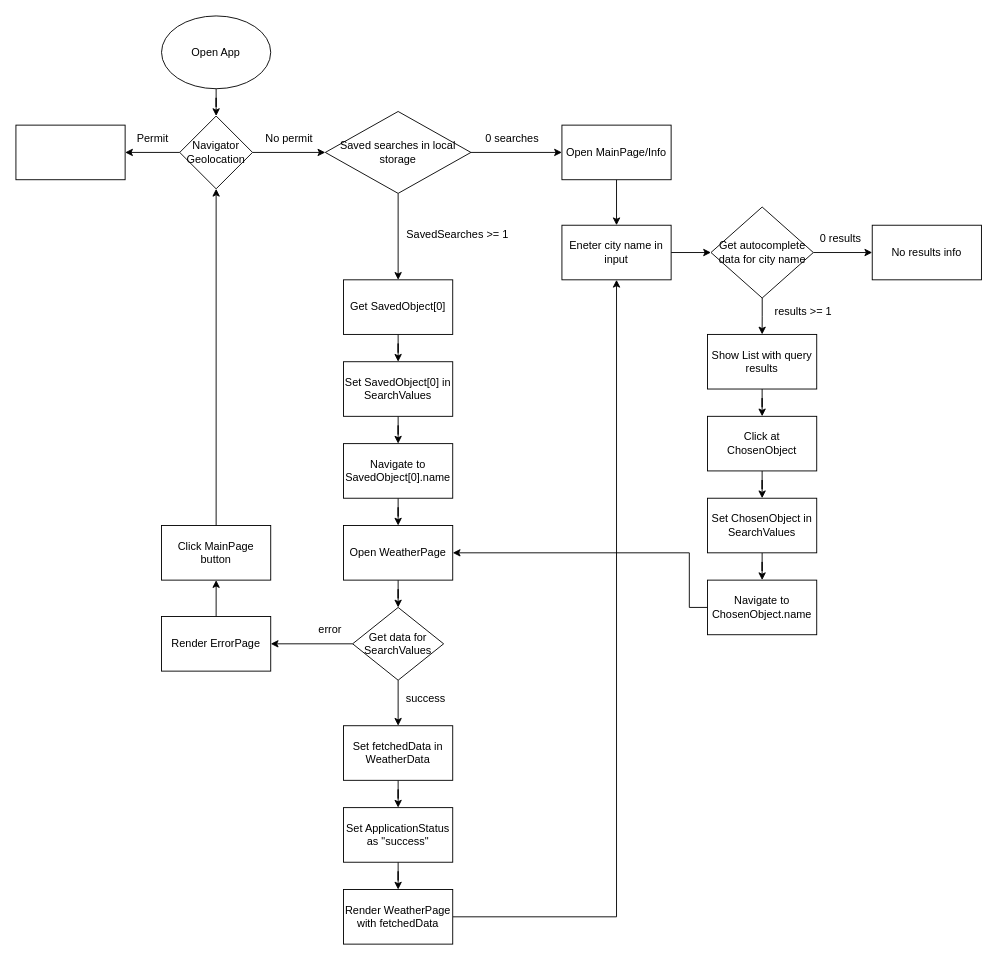
kraviecdev/whats-the-weather keeps this draw.io diagram as app_flow.drawio. Above is the earlier version. Source tidied: cells renumbered, new cells numbered last; positions are measured from the earlier drawing's top-left corner, leaving out a move shared by most shapes. Both pictures are drawn from the tidied source at 91%, with x=0, y=0 at pixel (15, 15).
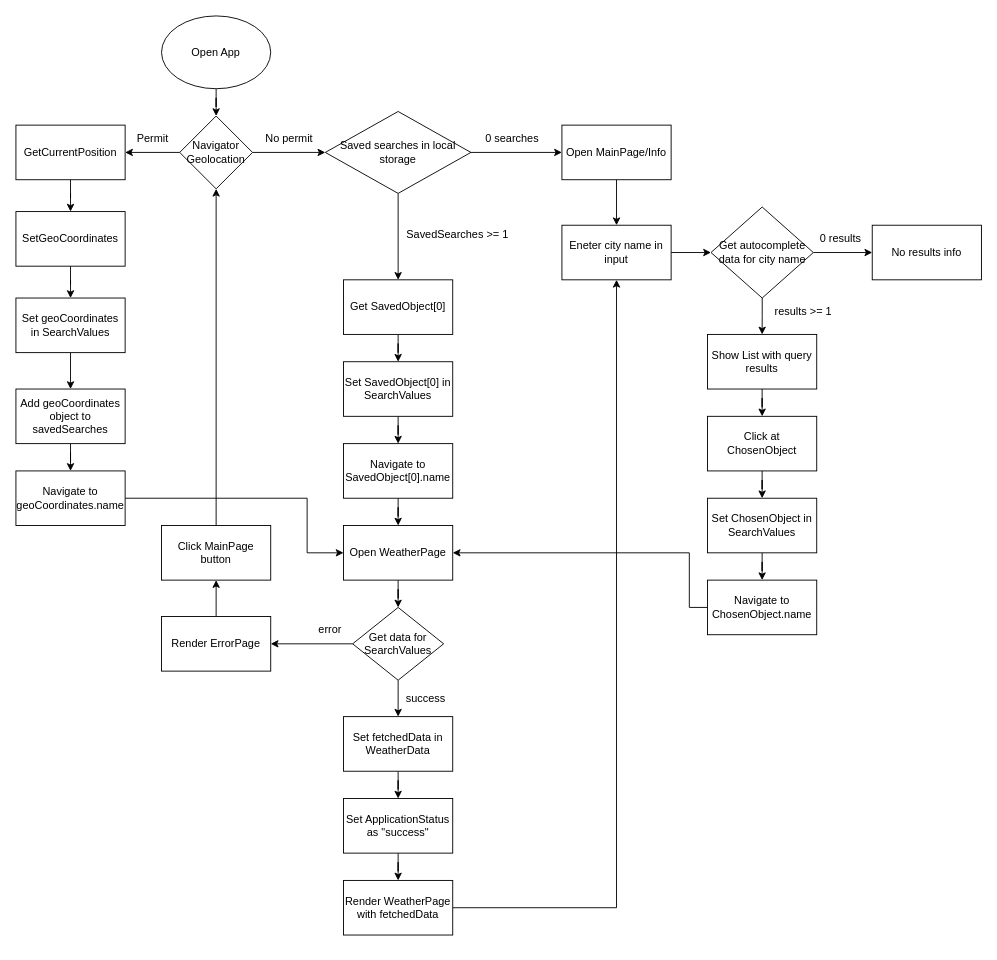
After the change.

Commit message:
Navigator permit app_flow.drawio

Unchanged cells that the change refers to:
```xml
<mxCell id="24" value="Open WeatherPage" style="whiteSpace=wrap;html=1;" parent="1" vertex="1">
  <mxGeometry x="360" y="560" width="120" height="60" as="geometry" />
</mxCell>
```

Diff of the diagram source:
```diff
@@
+    <mxCell id="56" style="edgeStyle=orthogonalEdgeStyle;rounded=0;jettySize=auto;html=1;" parent="1" edge="1" source="9" target="58">
+      <mxGeometry relative="1" as="geometry" />
+    </mxCell>
-    <mxCell id="9" style="whiteSpace=wrap;html=1;" parent="1" vertex="1">
+    <mxCell id="9" value="GetCurrentPosition" style="whiteSpace=wrap;html=1;" parent="1" vertex="1">
       <mxGeometry y="120" width="120" height="60" as="geometry" />
     </mxCell>
@@
     <mxCell id="29" value="Set fetchedData in WeatherData" style="whiteSpace=wrap;html=1;" parent="1" vertex="1">
-      <mxGeometry x="360" y="780" width="120" height="60" as="geometry" />
+      <mxGeometry x="360" y="770" width="120" height="60" as="geometry" />
     </mxCell>
@@
     <mxCell id="32" value="Set ApplicationStatus as &quot;success&quot;" style="whiteSpace=wrap;html=1;" parent="1" vertex="1">
-      <mxGeometry x="360" y="870" width="120" height="60" as="geometry" />
+      <mxGeometry x="360" y="860" width="120" height="60" as="geometry" />
     </mxCell>
@@
     <mxCell id="34" value="Render WeatherPage with fetchedData" style="whiteSpace=wrap;html=1;" parent="1" vertex="1">
-      <mxGeometry x="360" y="960" width="120" height="60" as="geometry" />
+      <mxGeometry x="360" y="950" width="120" height="60" as="geometry" />
     </mxCell>
@@
+    <mxCell id="57" style="edgeStyle=orthogonalEdgeStyle;rounded=0;jettySize=auto;html=1;" parent="1" edge="1" source="58" target="60">
+      <mxGeometry relative="1" as="geometry" />
+    </mxCell>
+    <mxCell id="58" value="SetGeoCoordinates" style="whiteSpace=wrap;html=1;" parent="1" vertex="1">
+      <mxGeometry y="215" width="120" height="60" as="geometry" />
+    </mxCell>
+    <mxCell id="59" style="edgeStyle=orthogonalEdgeStyle;rounded=0;jettySize=auto;html=1;" parent="1" edge="1" source="60" target="62">
+      <mxGeometry relative="1" as="geometry" />
+    </mxCell>
+    <mxCell id="60" value="Set geoCoordinates in SearchValues" style="whiteSpace=wrap;html=1;" parent="1" vertex="1">
+      <mxGeometry y="310" width="120" height="60" as="geometry" />
+    </mxCell>
+    <mxCell id="61" style="edgeStyle=orthogonalEdgeStyle;rounded=0;jettySize=auto;html=1;" parent="1" edge="1" source="62" target="64">
+      <mxGeometry relative="1" as="geometry" />
+    </mxCell>
+    <mxCell id="62" value="Add geoCoordinates object to savedSearches" style="whiteSpace=wrap;html=1;" parent="1" vertex="1">
+      <mxGeometry y="410" width="120" height="60" as="geometry" />
+    </mxCell>
+    <mxCell id="63" style="edgeStyle=orthogonalEdgeStyle;rounded=0;jettySize=auto;html=1;entryX=0;entryY=0.5;entryDx=0;entryDy=0;" parent="1" edge="1" source="64" target="24">
+      <mxGeometry relative="1" as="geometry">
+        <Array as="points">
+          <mxPoint x="320" y="530" />
+          <mxPoint x="320" y="590" />
+        </Array>
+      </mxGeometry>
+    </mxCell>
+    <mxCell id="64" value="Navigate to geoCoordinates.name" style="whiteSpace=wrap;html=1;" parent="1" vertex="1">
+      <mxGeometry y="500" width="120" height="60" as="geometry" />
+    </mxCell>
```
